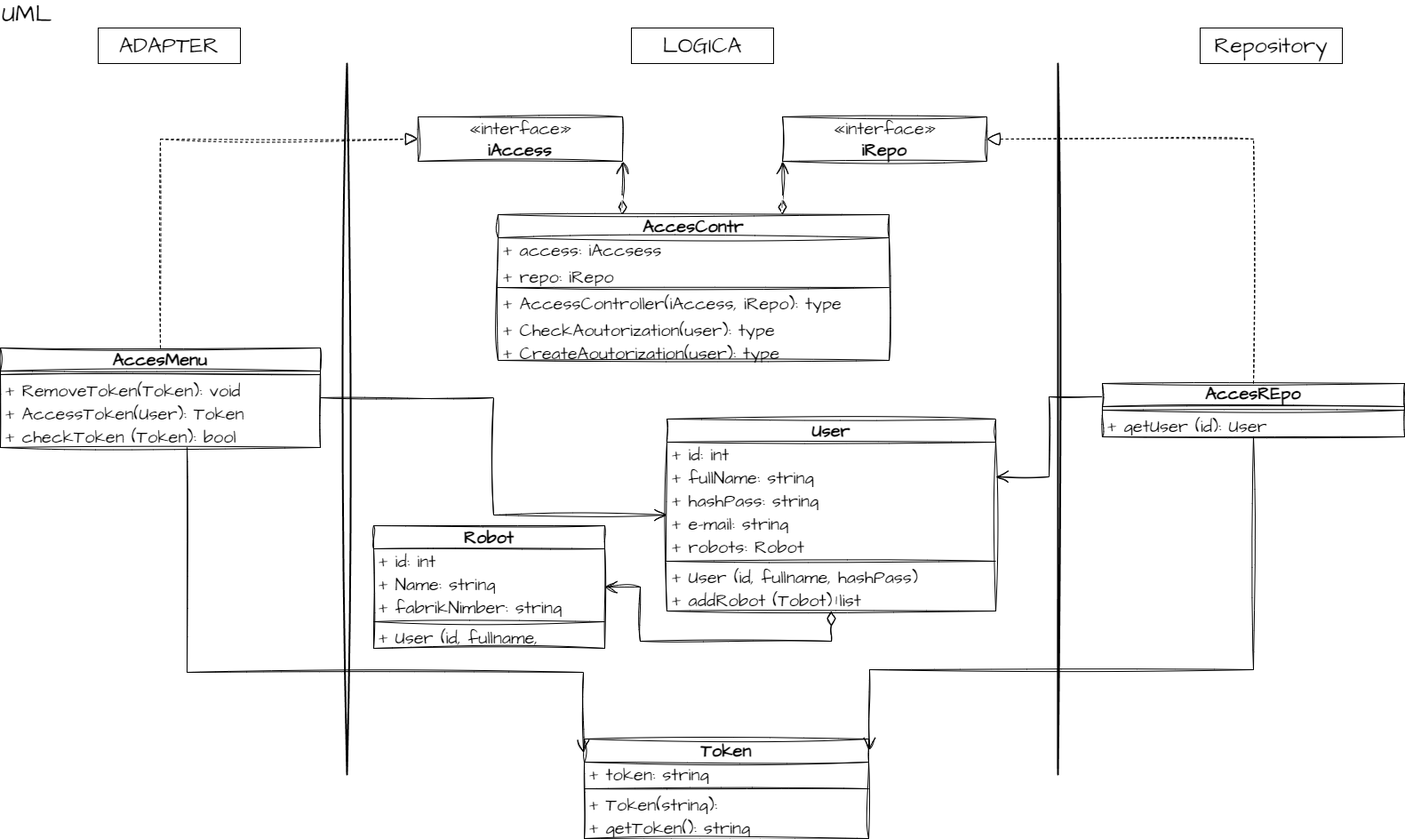
The draw.io diagram final_dz/UML.png in bond40rus/ArhitecturaPO, before a commit. Source tidied: cells renumbered, new cells last; positions are measured from the earlier drawing's top-left corner, leaving out a move shared by most shapes.
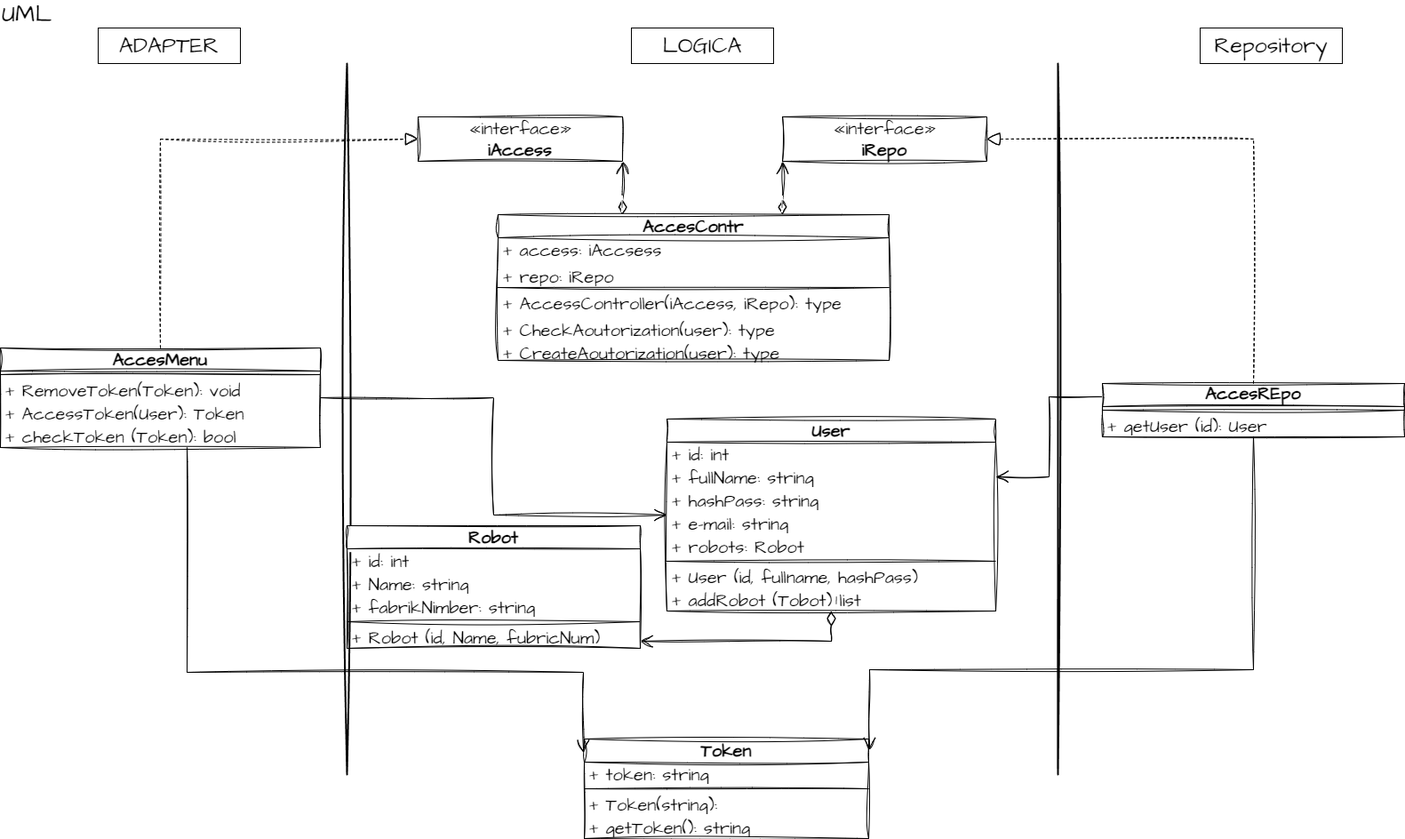
Later version of the same file.

Change to the diagram source:
```diff
@@ -165,22 +165,22 @@
       </mxGeometry>
     </mxCell>
     <mxCell id="48" value="Robot" style="swimlane;fontStyle=1;align=center;verticalAlign=middle;horizontal=1;startSize=26;whiteSpace=wrap;html=1;sketch=1;hachureGap=4;jiggle=2;curveFitting=1;fontFamily=Architects Daughter;fontSource=https%3A%2F%2Ffonts.googleapis.com%2Fcss%3Ffamily%3DArchitects%2BDaughter;fontSize=20;" parent="1" vertex="1">
-      <mxGeometry x="420" y="590" width="260" height="138" as="geometry" />
+      <mxGeometry x="390" y="590" width="330" height="138" as="geometry" />
     </mxCell>
     <mxCell id="49" value="+ id: int" style="text;strokeColor=none;fillColor=none;align=left;verticalAlign=middle;spacingLeft=4;spacingRight=4;overflow=hidden;whiteSpace=wrap;html=1;fontSize=20;fontFamily=Architects Daughter;" parent="48" vertex="1">
-      <mxGeometry y="26" width="260" height="26" as="geometry" />
+      <mxGeometry y="26" width="330" height="26" as="geometry" />
     </mxCell>
     <mxCell id="50" value="+ Name: string" style="text;strokeColor=none;fillColor=none;align=left;verticalAlign=middle;spacingLeft=4;spacingRight=4;overflow=hidden;whiteSpace=wrap;html=1;fontSize=20;fontFamily=Architects Daughter;" parent="48" vertex="1">
-      <mxGeometry y="52" width="260" height="26" as="geometry" />
+      <mxGeometry y="52" width="330" height="26" as="geometry" />
     </mxCell>
     <mxCell id="51" value="+ fabrikNimber: string" style="text;strokeColor=none;fillColor=none;align=left;verticalAlign=middle;spacingLeft=4;spacingRight=4;overflow=hidden;whiteSpace=wrap;html=1;fontSize=20;fontFamily=Architects Daughter;" parent="48" vertex="1">
-      <mxGeometry y="78" width="260" height="26" as="geometry" />
+      <mxGeometry y="78" width="330" height="26" as="geometry" />
     </mxCell>
     <mxCell id="52" style="line;strokeWidth=1;fillColor=none;align=left;verticalAlign=middle;spacingTop=-1;spacingLeft=3;spacingRight=3;labelPosition=right;strokeColor=inherit;sketch=1;hachureGap=4;jiggle=2;curveFitting=1;fontFamily=Architects Daughter;fontSource=https%3A%2F%2Ffonts.googleapis.com%2Fcss%3Ffamily%3DArchitects%2BDaughter;fontSize=20;" parent="48" vertex="1">
-      <mxGeometry y="104" width="260" height="8" as="geometry" />
+      <mxGeometry y="104" width="330" height="8" as="geometry" />
     </mxCell>
-    <mxCell id="53" value="+ User (id, fullname, hashPass)" style="text;strokeColor=none;fillColor=none;align=left;verticalAlign=middle;spacingLeft=4;spacingRight=4;overflow=hidden;whiteSpace=wrap;html=1;fontSize=20;fontFamily=Architects Daughter;" parent="48" vertex="1">
-      <mxGeometry y="112" width="260" height="26" as="geometry" />
+    <mxCell id="53" value="+ Robot (id, Name, fubricNum)" style="text;strokeColor=none;fillColor=none;align=left;verticalAlign=middle;spacingLeft=4;spacingRight=4;overflow=hidden;whiteSpace=wrap;html=1;fontSize=20;fontFamily=Architects Daughter;" parent="48" vertex="1">
+      <mxGeometry y="112" width="330" height="26" as="geometry" />
     </mxCell>
     <mxCell id="54" value="1" style="endArrow=open;html=1;endSize=12;startArrow=diamondThin;startSize=14;startFill=0;edgeStyle=orthogonalEdgeStyle;align=left;verticalAlign=bottom;rounded=0;sketch=1;hachureGap=4;jiggle=2;curveFitting=1;fontFamily=Architects Daughter;fontSource=https%3A%2F%2Ffonts.googleapis.com%2Fcss%3Ffamily%3DArchitects%2BDaughter;fontSize=16;" parent="1" edge="1" source="26" target="48">
       <mxGeometry x="-1" y="3" relative="1" as="geometry">
```
